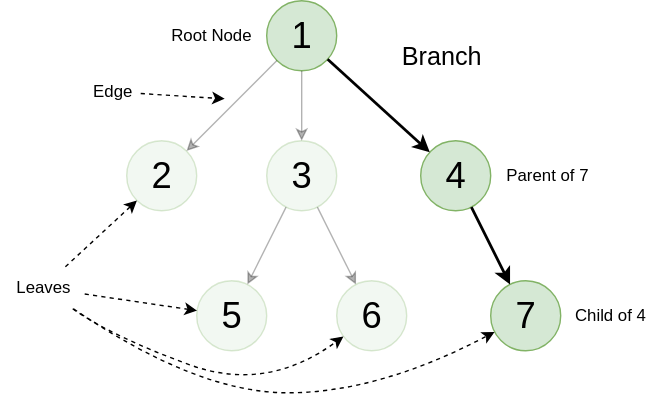
Above: EMC2-Labs-Winter/_static/figures/tree_annotated.svg in millerk22/emc2-labs (draw.io), before the change. Source tidied: cells renumbered, new cells last; positions are measured from the earlier drawing's top-left corner, leaving out a move shared by most shapes. Source of this version:
```xml
<mxGraphModel background="#ffffff">
  <root>
    <mxCell id="0" />
    <mxCell id="1" parent="0" />
    <mxCell id="2" value="&lt;font style=&quot;font-size: 26px;&quot;&gt;1&lt;/font&gt;" style="ellipse;whiteSpace=wrap;html=1;fillColor=#d5e8d4;strokeColor=#82b366;gradientColor=none;" parent="1" vertex="1">
      <mxGeometry x="190" width="50" height="50" as="geometry" />
    </mxCell>
    <mxCell id="3" value="&lt;span style=&quot;font-size: 26px;&quot;&gt;3&lt;/span&gt;" style="ellipse;whiteSpace=wrap;html=1;fillColor=#d5e8d4;strokeColor=#82b366;opacity=30;" parent="1" vertex="1">
      <mxGeometry x="190" y="100" width="50" height="50" as="geometry" />
    </mxCell>
    <mxCell id="4" value="&lt;font style=&quot;font-size: 26px;&quot;&gt;4&lt;/font&gt;" style="ellipse;whiteSpace=wrap;html=1;fillColor=#d5e8d4;strokeColor=#82b366;gradientColor=none;" parent="1" vertex="1">
      <mxGeometry x="300" y="100" width="50" height="50" as="geometry" />
    </mxCell>
    <mxCell id="5" value="&lt;font style=&quot;font-size: 26px;&quot;&gt;5&lt;/font&gt;" style="ellipse;whiteSpace=wrap;html=1;fillColor=#d5e8d4;strokeColor=#82b366;opacity=30;" parent="1" vertex="1">
      <mxGeometry x="140" y="200" width="50" height="50" as="geometry" />
    </mxCell>
    <mxCell id="6" value="&lt;font style=&quot;font-size: 26px;&quot;&gt;6&lt;/font&gt;" style="ellipse;whiteSpace=wrap;html=1;fillColor=#d5e8d4;strokeColor=#82b366;opacity=30;" parent="1" vertex="1">
      <mxGeometry x="240" y="200" width="50" height="50" as="geometry" />
    </mxCell>
    <mxCell id="7" value="&lt;font style=&quot;font-size: 26px;&quot;&gt;7&lt;/font&gt;" style="ellipse;whiteSpace=wrap;html=1;fillColor=#d5e8d4;strokeColor=#82b366;gradientColor=none;" parent="1" vertex="1">
      <mxGeometry x="350" y="200" width="50" height="50" as="geometry" />
    </mxCell>
    <mxCell id="8" style="endArrow=classic;html=1;rounded=0;strokeWidth=1;opacity=30;" parent="1" edge="1" source="2" target="3">
      <mxGeometry relative="1" as="geometry" />
    </mxCell>
    <mxCell id="9" style="endArrow=classic;html=1;rounded=0;strokeWidth=1;opacity=30;" parent="1" edge="1" source="3" target="5">
      <mxGeometry relative="1" as="geometry" />
    </mxCell>
    <mxCell id="10" style="endArrow=classic;html=1;rounded=0;opacity=30;" parent="1" edge="1" source="3" target="6">
      <mxGeometry relative="1" as="geometry" />
    </mxCell>
    <mxCell id="11" style="endArrow=classic;html=1;rounded=0;strokeWidth=2;" parent="1" edge="1" source="2" target="4">
      <mxGeometry relative="1" as="geometry" />
    </mxCell>
    <mxCell id="12" style="endArrow=classic;html=1;rounded=0;strokeWidth=2;" parent="1" edge="1" source="4" target="7">
      <mxGeometry relative="1" as="geometry" />
    </mxCell>
    <mxCell id="13" value="&lt;font style=&quot;font-size: 26px;&quot;&gt;2&lt;/font&gt;&lt;span style=&quot;color: rgba(0, 0, 0, 0); font-family: monospace; font-size: 0px; text-align: start; text-wrap-mode: nowrap;&quot;&gt;%3CmxGraphModel%3E%3Croot%3E%3CmxCell%20id%3D%220%22%2F%3E%3CmxCell%20id%3D%221%22%20parent%3D%220%22%2F%3E%3CmxCell%20id%3D%222%22%20value%3D%22%26lt%3Bfont%20style%3D%26quot%3Bfont-size%3A%2026px%3B%26quot%3B%26gt%3B1%26lt%3B%2Ffont%26gt%3B%22%20style%3D%22ellipse%3BwhiteSpace%3Dwrap%3Bhtml%3D1%3Baspect%3Dfixed%3BfillColor%3D%23d5e8d4%3BstrokeColor%3D%2382b366%3B%22%20vertex%3D%221%22%20parent%3D%221%22%3E%3CmxGeometry%20x%3D%22400%22%20y%3D%2280%22%20width%3D%2250%22%20height%3D%2250%22%20as%3D%22geometry%22%2F%3E%3C%2FmxCell%3E%3C%2Froot%3E%3C%2FmxGraphModel%3E&lt;/span&gt;" style="ellipse;whiteSpace=wrap;html=1;fillColor=#d5e8d4;strokeColor=#82b366;gradientColor=none;opacity=30;" parent="1" vertex="1">
      <mxGeometry x="90" y="100" width="50" height="50" as="geometry" />
    </mxCell>
    <mxCell id="14" style="endArrow=classic;html=1;rounded=0;opacity=30;" parent="1" edge="1" source="2" target="13">
      <mxGeometry relative="1" as="geometry" />
    </mxCell>
    <mxCell id="15" value="Root Node" style="text;html=1;align=center;verticalAlign=middle;strokeColor=none;fillColor=none;" parent="1" vertex="1">
      <mxGeometry x="110" y="10" width="80" height="30" as="geometry" />
    </mxCell>
    <mxCell id="16" value="Parent of 7" style="text;html=1;align=center;verticalAlign=middle;strokeColor=none;fillColor=none;" parent="1" vertex="1">
      <mxGeometry x="350" y="110" width="80" height="30" as="geometry" />
    </mxCell>
    <mxCell id="17" value="Child of 4" style="text;html=1;align=center;verticalAlign=middle;strokeColor=none;fillColor=none;" parent="1" vertex="1">
      <mxGeometry x="400" y="210" width="70" height="30" as="geometry" />
    </mxCell>
    <mxCell id="18" style="edgeStyle=none;rounded=0;jettySize=auto;html=1;entryX=0;entryY=1;entryDx=0;entryDy=0;dashed=1;" parent="1" edge="1" source="20" target="13">
      <mxGeometry relative="1" as="geometry" />
    </mxCell>
    <mxCell id="19" style="edgeStyle=none;rounded=0;jettySize=auto;html=1;dashed=1;" parent="1" edge="1" source="20" target="5">
      <mxGeometry relative="1" as="geometry" />
    </mxCell>
    <mxCell id="20" value="Leaves" style="text;html=1;align=center;verticalAlign=middle;points=[];strokeColor=none;fillColor=none;" parent="1" vertex="1">
      <mxGeometry y="190" width="60" height="30" as="geometry" />
    </mxCell>
    <mxCell id="21" style="edgeStyle=none;rounded=0;jettySize=auto;html=1;dashed=1;" parent="1" edge="1" source="22">
      <mxGeometry relative="1" as="geometry">
        <mxPoint x="160" y="70" as="targetPoint" />
      </mxGeometry>
    </mxCell>
    <mxCell id="22" value="Edge" style="text;html=1;align=center;verticalAlign=middle;whiteSpace=wrap;rounded=0;" parent="1" vertex="1">
      <mxGeometry x="60" y="50" width="40" height="30" as="geometry" />
    </mxCell>
    <mxCell id="23" style="curved=1;endArrow=classic;html=1;rounded=0;dashed=1;" parent="1" edge="1" source="20" target="6">
      <mxGeometry relative="1" as="geometry">
        <Array as="points">
          <mxPoint x="80" y="240" />
          <mxPoint x="190" y="280" />
        </Array>
      </mxGeometry>
    </mxCell>
    <mxCell id="24" style="curved=1;endArrow=classic;html=1;rounded=0;dashed=1;" parent="1" edge="1" source="20" target="7">
      <mxGeometry relative="1" as="geometry">
        <Array as="points">
          <mxPoint x="140" y="280" />
          <mxPoint x="270" y="280" />
        </Array>
      </mxGeometry>
    </mxCell>
    <mxCell id="25" value="&lt;font style=&quot;font-size: 18px;&quot;&gt;Branch&lt;/font&gt;" style="text;html=1;align=center;verticalAlign=middle;whiteSpace=wrap;rounded=0;" parent="1" vertex="1">
      <mxGeometry x="270" y="20" width="90" height="40" as="geometry" />
    </mxCell>
  </root>
</mxGraphModel>
```
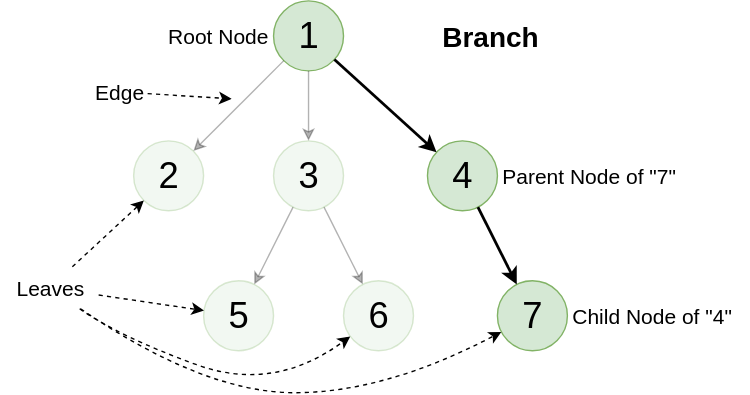
Above is the later version.

Diff of the diagram source:
```diff
@@ -41,30 +41,30 @@
     <mxCell id="14" style="endArrow=classic;html=1;rounded=0;opacity=30;" parent="1" edge="1" source="2" target="13">
       <mxGeometry relative="1" as="geometry" />
     </mxCell>
-    <mxCell id="15" value="Root Node" style="text;html=1;align=center;verticalAlign=middle;strokeColor=none;fillColor=none;" parent="1" vertex="1">
-      <mxGeometry x="110" y="10" width="80" height="30" as="geometry" />
+    <mxCell id="15" value="Root Node" style="text;html=1;align=center;verticalAlign=middle;strokeColor=none;fillColor=none;fontSize=15;" parent="1" vertex="1">
+      <mxGeometry x="100" y="10" width="100" height="30" as="geometry" />
     </mxCell>
-    <mxCell id="16" value="Parent of 7" style="text;html=1;align=center;verticalAlign=middle;strokeColor=none;fillColor=none;" parent="1" vertex="1">
-      <mxGeometry x="350" y="110" width="80" height="30" as="geometry" />
-    </mxCell>
-    <mxCell id="17" value="Child of 4" style="text;html=1;align=center;verticalAlign=middle;strokeColor=none;fillColor=none;" parent="1" vertex="1">
-      <mxGeometry x="400" y="210" width="70" height="30" as="geometry" />
-    </mxCell>
+    <mxCell id="26" value="Parent Node of &quot;7&quot;" style="text;html=1;align=center;verticalAlign=middle;strokeColor=none;fillColor=none;fontSize=15;" parent="1" vertex="1">
+      <mxGeometry x="340" y="110" width="150" height="30" as="geometry" />
+    </mxCell>
+    <mxCell id="27" value="Child Node of &quot;4&quot;" style="text;html=1;align=center;verticalAlign=middle;strokeColor=none;fillColor=none;fontSize=15;" parent="1" vertex="1">
+      <mxGeometry x="390" y="210" width="140" height="30" as="geometry" />
+    </mxCell>
     <mxCell id="18" style="edgeStyle=none;rounded=0;jettySize=auto;html=1;entryX=0;entryY=1;entryDx=0;entryDy=0;dashed=1;" parent="1" edge="1" source="20" target="13">
       <mxGeometry relative="1" as="geometry" />
     </mxCell>
     <mxCell id="19" style="edgeStyle=none;rounded=0;jettySize=auto;html=1;dashed=1;" parent="1" edge="1" source="20" target="5">
       <mxGeometry relative="1" as="geometry" />
     </mxCell>
-    <mxCell id="20" value="Leaves" style="text;html=1;align=center;verticalAlign=middle;points=[];strokeColor=none;fillColor=none;" parent="1" vertex="1">
-      <mxGeometry y="190" width="60" height="30" as="geometry" />
+    <mxCell id="20" value="Leaves" style="text;html=1;align=center;verticalAlign=middle;points=[];strokeColor=none;fillColor=none;fontSize=15;" parent="1" vertex="1">
+      <mxGeometry x="-5" y="190" width="70" height="30" as="geometry" />
     </mxCell>
-    <mxCell id="21" style="edgeStyle=none;rounded=0;jettySize=auto;html=1;dashed=1;" parent="1" edge="1" source="22">
-      <mxGeometry relative="1" as="geometry">
-        <mxPoint x="160" y="70" as="targetPoint" />
-      </mxGeometry>
-    </mxCell>
+    <mxCell id="28" style="edgeStyle=none;rounded=0;jettySize=auto;html=1;dashed=1;" parent="1" edge="1" source="22">
+      <mxGeometry relative="1" as="geometry">
+        <mxPoint x="160" y="70" as="targetPoint" />
+      </mxGeometry>
+    </mxCell>
-    <mxCell id="22" value="Edge" style="text;html=1;align=center;verticalAlign=middle;whiteSpace=wrap;rounded=0;" parent="1" vertex="1">
+    <mxCell id="22" value="Edge" style="text;html=1;align=center;verticalAlign=middle;whiteSpace=wrap;rounded=0;fontSize=15;" parent="1" vertex="1">
       <mxGeometry x="60" y="50" width="40" height="30" as="geometry" />
     </mxCell>
     <mxCell id="23" style="curved=1;endArrow=classic;html=1;rounded=0;dashed=1;" parent="1" edge="1" source="20" target="6">
@@ -83,8 +83,8 @@
         </Array>
       </mxGeometry>
     </mxCell>
-    <mxCell id="25" value="&lt;font style=&quot;font-size: 18px;&quot;&gt;Branch&lt;/font&gt;" style="text;html=1;align=center;verticalAlign=middle;whiteSpace=wrap;rounded=0;" parent="1" vertex="1">
-      <mxGeometry x="270" y="20" width="90" height="40" as="geometry" />
+    <mxCell id="25" value="&lt;font&gt;Branch&lt;/font&gt;" style="text;html=1;align=center;verticalAlign=middle;whiteSpace=wrap;rounded=0;fontSize=20;fontStyle=1;" parent="1" vertex="1">
+      <mxGeometry x="300" y="5" width="90" height="40" as="geometry" />
     </mxCell>
   </root>
 </mxGraphModel>
```
